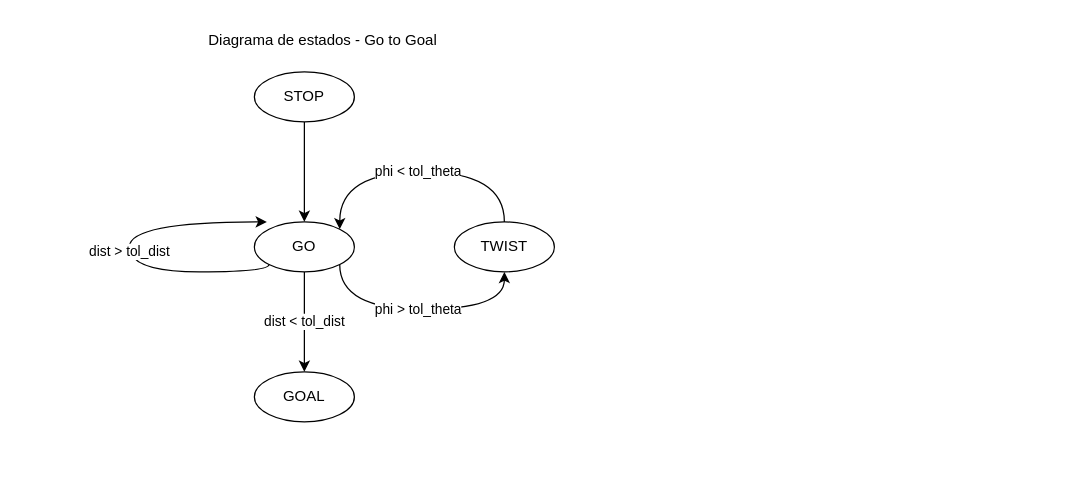
mrg-mex/tsr-2024-1 keeps this draw.io diagram as docs/Go2Point.drawio. Above is the earlier version. Source tidied: cells renumbered, new cells numbered last; positions are measured from the earlier drawing's top-left corner, leaving out a move shared by most shapes. Both pictures are drawn from the tidied source at 125%, with x=0, y=0 at pixel (104, 21).
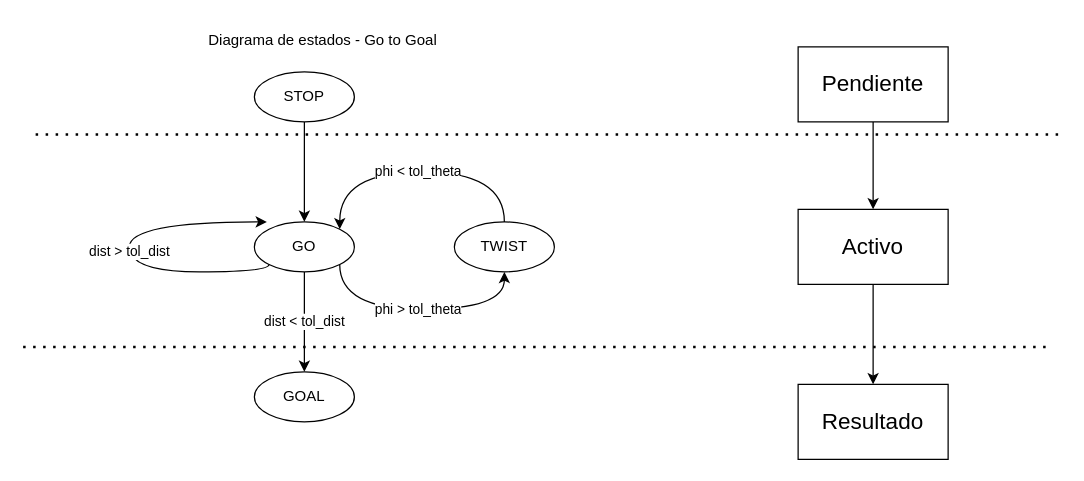
Above is the later version.

Commit message:
Updated Go2Point diagrama

What changed in the source:
```diff
@@
+    <mxCell id="12" style="endArrow=none;dashed=1;html=1;dashPattern=1 3;strokeWidth=2;" parent="1" edge="1">
+      <mxGeometry relative="1" as="geometry">
+        <mxPoint x="-55" y="90" as="sourcePoint" />
+        <mxPoint x="765" y="90" as="targetPoint" />
+      </mxGeometry>
+    </mxCell>
+    <mxCell id="13" style="endArrow=none;dashed=1;html=1;dashPattern=1 3;strokeWidth=2;" parent="1" edge="1">
+      <mxGeometry relative="1" as="geometry">
+        <mxPoint x="-65" y="260" as="sourcePoint" />
+        <mxPoint x="755" y="260" as="targetPoint" />
+      </mxGeometry>
+    </mxCell>
+    <mxCell id="14" style="edgeStyle=none;html=1;" parent="1" edge="1" source="15" target="17">
+      <mxGeometry relative="1" as="geometry" />
+    </mxCell>
+    <mxCell id="15" value="&lt;font style=&quot;font-size: 18px;&quot;&gt;Pendiente&lt;/font&gt;" style="rounded=0;whiteSpace=wrap;html=1;" parent="1" vertex="1">
+      <mxGeometry x="555" y="20" width="120" height="60" as="geometry" />
+    </mxCell>
+    <mxCell id="16" style="edgeStyle=none;html=1;" parent="1" edge="1" source="17" target="18">
+      <mxGeometry relative="1" as="geometry" />
+    </mxCell>
+    <mxCell id="17" value="&lt;font style=&quot;font-size: 18px;&quot;&gt;Activo&lt;/font&gt;" style="rounded=0;whiteSpace=wrap;html=1;" parent="1" vertex="1">
+      <mxGeometry x="555" y="150" width="120" height="60" as="geometry" />
+    </mxCell>
+    <mxCell id="18" value="&lt;font style=&quot;font-size: 18px;&quot;&gt;Resultado&lt;/font&gt;" style="rounded=0;whiteSpace=wrap;html=1;" parent="1" vertex="1">
+      <mxGeometry x="555" y="290" width="120" height="60" as="geometry" />
+    </mxCell>
```
